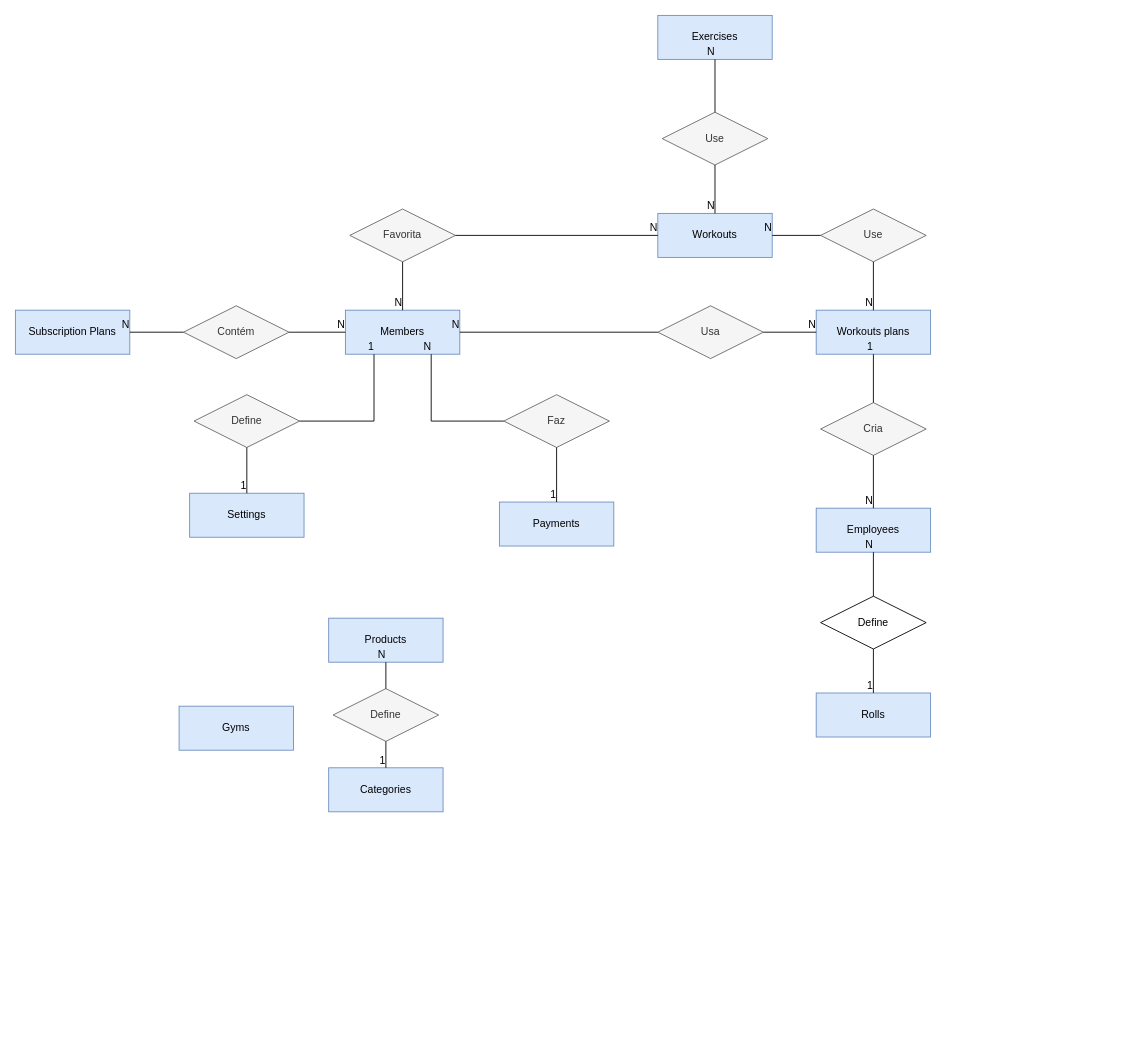
This is DER/der-draw-io.drawio from trainya-app/diagrams, a draw.io file, before an edit. Source tidied: cells renumbered, new cells numbered last; positions are measured from the earlier drawing's top-left corner, leaving out a move shared by most shapes. Both pictures are drawn from the tidied source at 88%, with x=0, y=0 at pixel (15, 15).
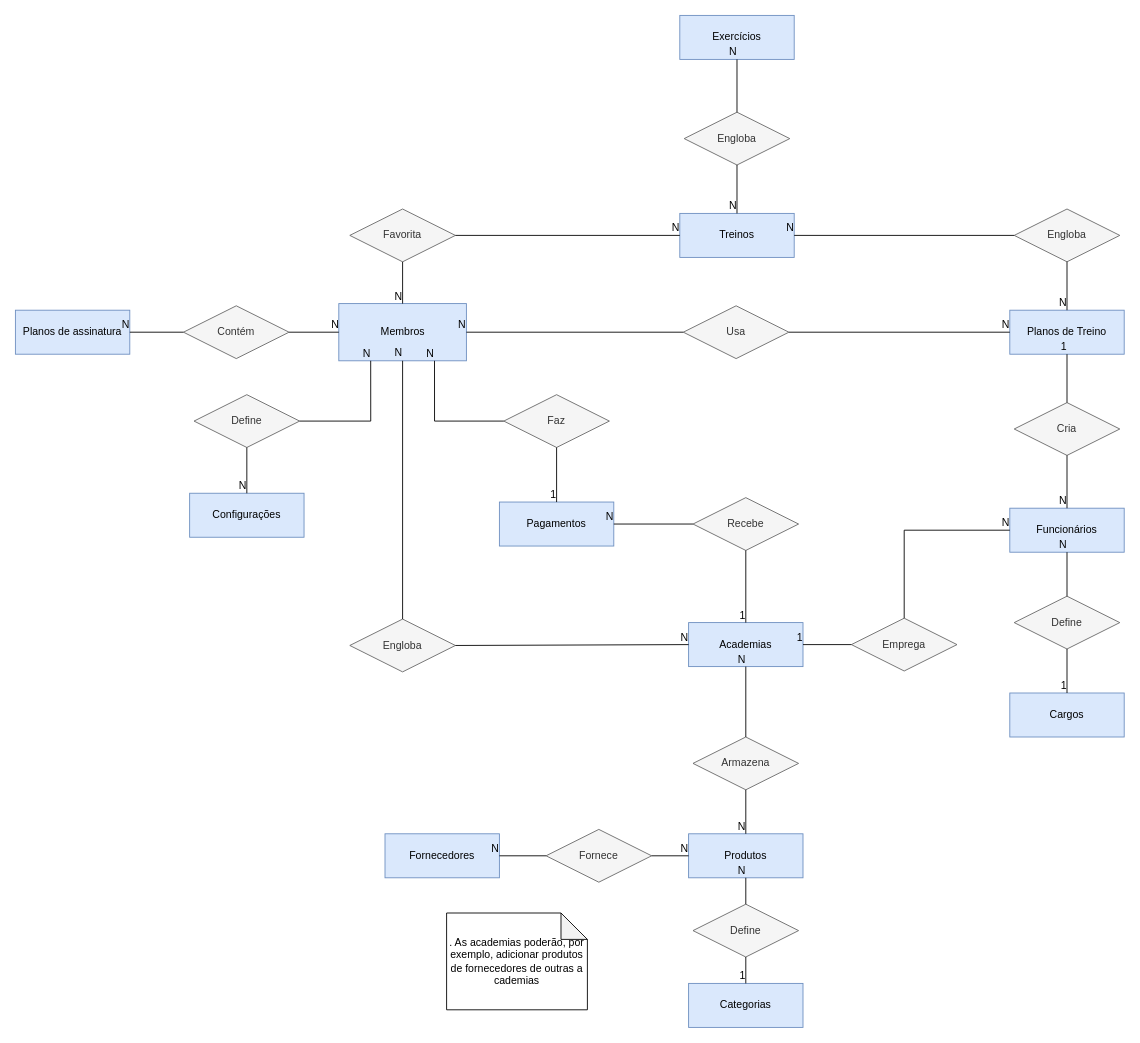
The same page after the edit.

Unchanged cells that the change refers to:
```xml
<mxCell id="54" value="Define" style="shape=rhombus;perimeter=rhombusPerimeter;whiteSpace=wrap;html=1;align=center;fillColor=#f5f5f5;strokeColor=#666666;fontColor=#333333;" parent="1" vertex="1">
  <mxGeometry x="203" y="431" width="120" height="60" as="geometry" />
</mxCell>
<mxCell id="60" style="endArrow=none;html=1;rounded=0;entryX=0.25;entryY=1;entryDx=0;entryDy=0;edgeStyle=orthogonalEdgeStyle;exitX=1;exitY=0.5;exitDx=0;exitDy=0;" parent="1" edge="1" source="54" target="2">
  <mxGeometry relative="1" as="geometry" />
</mxCell>
```

What changed in the source:
```diff
@@
-    <mxCell id="2" value="Members" style="whiteSpace=wrap;html=1;align=center;fillColor=#dae8fc;strokeColor=#6c8ebf;" parent="1" vertex="1">
-      <mxGeometry x="375" y="335" width="130" height="50" as="geometry" />
+    <mxCell id="2" value="Membros" style="whiteSpace=wrap;html=1;align=center;fillColor=#dae8fc;strokeColor=#6c8ebf;" parent="1" vertex="1">
+      <mxGeometry x="367.5" y="327.5" width="145" height="65" as="geometry" />
     </mxCell>
-    <mxCell id="3" value="Gyms" style="whiteSpace=wrap;html=1;align=center;fillColor=#dae8fc;strokeColor=#6c8ebf;" parent="1" vertex="1">
-      <mxGeometry x="186" y="785" width="130" height="50" as="geometry" />
+    <mxCell id="3" value="Academias" style="whiteSpace=wrap;html=1;align=center;fillColor=#dae8fc;strokeColor=#6c8ebf;" parent="1" vertex="1">
+      <mxGeometry x="765" y="690" width="130" height="50" as="geometry" />
     </mxCell>
-    <mxCell id="4" value="Employees" style="whiteSpace=wrap;html=1;align=center;fillColor=#dae8fc;strokeColor=#6c8ebf;" parent="1" vertex="1">
-      <mxGeometry x="910" y="560" width="130" height="50" as="geometry" />
+    <mxCell id="4" value="Funcionários" style="whiteSpace=wrap;html=1;align=center;fillColor=#dae8fc;strokeColor=#6c8ebf;" parent="1" vertex="1">
+      <mxGeometry x="1130" y="560" width="130" height="50" as="geometry" />
     </mxCell>
-    <mxCell id="5" value="Workouts" style="whiteSpace=wrap;html=1;align=center;fillColor=#dae8fc;strokeColor=#6c8ebf;" parent="1" vertex="1">
-      <mxGeometry x="730" y="225" width="130" height="50" as="geometry" />
+    <mxCell id="5" value="Treinos" style="whiteSpace=wrap;html=1;align=center;fillColor=#dae8fc;strokeColor=#6c8ebf;" parent="1" vertex="1">
+      <mxGeometry x="755" y="225" width="130" height="50" as="geometry" />
     </mxCell>
-    <mxCell id="6" value="Workouts plans" style="whiteSpace=wrap;html=1;align=center;fillColor=#dae8fc;strokeColor=#6c8ebf;" parent="1" vertex="1">
-      <mxGeometry x="910" y="335" width="130" height="50" as="geometry" />
+    <mxCell id="6" value="Planos de Treino" style="whiteSpace=wrap;html=1;align=center;fillColor=#dae8fc;strokeColor=#6c8ebf;" parent="1" vertex="1">
+      <mxGeometry x="1130" y="335" width="130" height="50" as="geometry" />
     </mxCell>
-    <mxCell id="7" value="Subscription Plans" style="whiteSpace=wrap;html=1;align=center;fillColor=#dae8fc;strokeColor=#6c8ebf;" parent="1" vertex="1">
+    <mxCell id="7" value="Planos de assinatura" style="whiteSpace=wrap;html=1;align=center;fillColor=#dae8fc;strokeColor=#6c8ebf;" parent="1" vertex="1">
       <mxGeometry y="335" width="130" height="50" as="geometry" />
     </mxCell>
-    <mxCell id="8" value="Exercises" style="whiteSpace=wrap;html=1;align=center;fillColor=#dae8fc;strokeColor=#6c8ebf;" parent="1" vertex="1">
-      <mxGeometry x="730" width="130" height="50" as="geometry" />
+    <mxCell id="8" value="Exercícios" style="whiteSpace=wrap;html=1;align=center;fillColor=#dae8fc;strokeColor=#6c8ebf;" parent="1" vertex="1">
+      <mxGeometry x="755" width="130" height="50" as="geometry" />
     </mxCell>
-    <mxCell id="9" value="Categories" style="whiteSpace=wrap;html=1;align=center;fillColor=#dae8fc;strokeColor=#6c8ebf;" parent="1" vertex="1">
-      <mxGeometry x="356" y="855" width="130" height="50" as="geometry" />
+    <mxCell id="9" value="Categorias" style="whiteSpace=wrap;html=1;align=center;fillColor=#dae8fc;strokeColor=#6c8ebf;" parent="1" vertex="1">
+      <mxGeometry x="765" y="1100" width="130" height="50" as="geometry" />
     </mxCell>
-    <mxCell id="10" value="Products" style="whiteSpace=wrap;html=1;align=center;fillColor=#dae8fc;strokeColor=#6c8ebf;" parent="1" vertex="1">
-      <mxGeometry x="356" y="685" width="130" height="50" as="geometry" />
+    <mxCell id="10" value="Produtos" style="whiteSpace=wrap;html=1;align=center;fillColor=#dae8fc;strokeColor=#6c8ebf;" parent="1" vertex="1">
+      <mxGeometry x="765" y="930" width="130" height="50" as="geometry" />
     </mxCell>
     <mxCell id="11" value="Define" style="shape=rhombus;perimeter=rhombusPerimeter;whiteSpace=wrap;html=1;align=center;fillColor=#f5f5f5;strokeColor=#666666;fontColor=#333333;" parent="1" vertex="1">
-      <mxGeometry x="361" y="765" width="120" height="60" as="geometry" />
+      <mxGeometry x="770" y="1010" width="120" height="60" as="geometry" />
     </mxCell>
@@
     <mxCell id="21" value="Usa" style="shape=rhombus;perimeter=rhombusPerimeter;whiteSpace=wrap;html=1;align=center;fillColor=#f5f5f5;strokeColor=#666666;fontColor=#333333;" parent="1" vertex="1">
-      <mxGeometry x="730" y="330" width="120" height="60" as="geometry" />
+      <mxGeometry x="759" y="330" width="120" height="60" as="geometry" />
     </mxCell>
@@
     <mxCell id="26" value="Cria" style="shape=rhombus;perimeter=rhombusPerimeter;whiteSpace=wrap;html=1;align=center;fillColor=#f5f5f5;strokeColor=#666666;fontColor=#333333;" parent="1" vertex="1">
-      <mxGeometry x="915" y="440" width="120" height="60" as="geometry" />
+      <mxGeometry x="1135" y="440" width="120" height="60" as="geometry" />
     </mxCell>
@@
-    <mxCell id="31" value="Rolls" style="whiteSpace=wrap;html=1;align=center;fillColor=#dae8fc;strokeColor=#6c8ebf;" parent="1" vertex="1">
-      <mxGeometry x="910" y="770" width="130" height="50" as="geometry" />
+    <mxCell id="31" value="Cargos" style="whiteSpace=wrap;html=1;align=center;fillColor=#dae8fc;strokeColor=#6c8ebf;" parent="1" vertex="1">
+      <mxGeometry x="1130" y="770" width="130" height="50" as="geometry" />
     </mxCell>
-    <mxCell id="32" value="Define" style="shape=rhombus;perimeter=rhombusPerimeter;whiteSpace=wrap;html=1;align=center;" parent="1" vertex="1">
-      <mxGeometry x="915" y="660" width="120" height="60" as="geometry" />
+    <mxCell id="32" value="Define" style="shape=rhombus;perimeter=rhombusPerimeter;whiteSpace=wrap;html=1;align=center;fillColor=#f5f5f5;fontColor=#333333;strokeColor=#666666;" parent="1" vertex="1">
+      <mxGeometry x="1135" y="660" width="120" height="60" as="geometry" />
     </mxCell>
     <mxCell id="33" style="endArrow=none;html=1;rounded=0;entryX=0.5;entryY=1;entryDx=0;entryDy=0;" parent="1" edge="1" target="4">
       <mxGeometry relative="1" as="geometry">
-        <mxPoint x="975" y="660" as="sourcePoint" />
+        <mxPoint x="1195" y="660" as="sourcePoint" />
       </mxGeometry>
     </mxCell>
@@
-    <mxCell id="37" value="Use" style="shape=rhombus;perimeter=rhombusPerimeter;whiteSpace=wrap;html=1;align=center;fillColor=#f5f5f5;strokeColor=#666666;fontColor=#333333;" parent="1" vertex="1">
-      <mxGeometry x="915" y="220" width="120" height="60" as="geometry" />
+    <mxCell id="37" value="Engloba" style="shape=rhombus;perimeter=rhombusPerimeter;whiteSpace=wrap;html=1;align=center;fillColor=#f5f5f5;strokeColor=#666666;fontColor=#333333;" parent="1" vertex="1">
+      <mxGeometry x="1135" y="220" width="120" height="60" as="geometry" />
     </mxCell>
@@
-    <mxCell id="42" value="Use" style="shape=rhombus;perimeter=rhombusPerimeter;whiteSpace=wrap;html=1;align=center;fillColor=#f5f5f5;strokeColor=#666666;fontColor=#333333;" parent="1" vertex="1">
-      <mxGeometry x="735" y="110" width="120" height="60" as="geometry" />
+    <mxCell id="42" value="Engloba" style="shape=rhombus;perimeter=rhombusPerimeter;whiteSpace=wrap;html=1;align=center;fillColor=#f5f5f5;strokeColor=#666666;fontColor=#333333;" parent="1" vertex="1">
+      <mxGeometry x="760" y="110" width="120" height="60" as="geometry" />
     </mxCell>
@@
-    <mxCell id="52" value="Settings" style="whiteSpace=wrap;html=1;align=center;fillColor=#dae8fc;strokeColor=#6c8ebf;" parent="1" vertex="1">
+    <mxCell id="52" value="Configurações" style="whiteSpace=wrap;html=1;align=center;fillColor=#dae8fc;strokeColor=#6c8ebf;" parent="1" vertex="1">
       <mxGeometry x="198" y="543" width="130" height="50" as="geometry" />
     </mxCell>
-    <mxCell id="53" value="Payments" style="whiteSpace=wrap;html=1;align=center;fillColor=#dae8fc;strokeColor=#6c8ebf;" parent="1" vertex="1">
+    <mxCell id="53" value="Pagamentos" style="whiteSpace=wrap;html=1;align=center;fillColor=#dae8fc;strokeColor=#6c8ebf;" parent="1" vertex="1">
       <mxGeometry x="550" y="553" width="130" height="50" as="geometry" />
     </mxCell>
@@
+    <mxCell id="62" style="endArrow=none;html=1;rounded=0;entryX=0.5;entryY=0;entryDx=0;entryDy=0;exitX=0.5;exitY=1;exitDx=0;exitDy=0;" parent="1" edge="1" source="54" target="52">
+      <mxGeometry relative="1" as="geometry" />
+    </mxCell>
+    <mxCell id="64" value="N" style="html=1;align=right;verticalAlign=bottom;" parent="62" vertex="1">
+      <mxGeometry x="1" relative="1" as="geometry" />
+    </mxCell>
@@
-    <mxCell id="61" value="1" style="html=1;align=right;verticalAlign=bottom;" parent="60" vertex="1">
-      <mxGeometry x="1" relative="1" as="geometry" />
-    </mxCell>
-    <mxCell id="62" style="endArrow=none;html=1;rounded=0;entryX=0.5;entryY=0;entryDx=0;entryDy=0;exitX=0.5;exitY=1;exitDx=0;exitDy=0;" parent="1" edge="1" source="54" target="52">
-      <mxGeometry relative="1" as="geometry" />
-    </mxCell>
-    <mxCell id="63" value="1" style="html=1;align=right;verticalAlign=bottom;" parent="62" vertex="1">
-      <mxGeometry x="1" relative="1" as="geometry" />
-    </mxCell>
+    <mxCell id="65" value="N" style="html=1;align=right;verticalAlign=bottom;" parent="60" vertex="1">
+      <mxGeometry x="1" relative="1" as="geometry" />
+    </mxCell>
+    <mxCell id="66" value="Recebe" style="shape=rhombus;perimeter=rhombusPerimeter;whiteSpace=wrap;html=1;align=center;fillColor=#f5f5f5;strokeColor=#666666;fontColor=#333333;" parent="1" vertex="1">
+      <mxGeometry x="770" y="548" width="120" height="60" as="geometry" />
+    </mxCell>
+    <mxCell id="67" style="endArrow=none;html=1;rounded=0;entryX=1;entryY=0.5;entryDx=0;entryDy=0;exitX=0;exitY=0.5;exitDx=0;exitDy=0;" parent="1" edge="1" source="66" target="53">
+      <mxGeometry relative="1" as="geometry" />
+    </mxCell>
+    <mxCell id="68" value="N" style="html=1;align=right;verticalAlign=bottom;" parent="67" vertex="1">
+      <mxGeometry x="1" relative="1" as="geometry" />
+    </mxCell>
+    <mxCell id="69" style="endArrow=none;html=1;rounded=0;entryX=0.5;entryY=0;entryDx=0;entryDy=0;exitX=0.5;exitY=1;exitDx=0;exitDy=0;" parent="1" edge="1" source="66" target="3">
+      <mxGeometry relative="1" as="geometry" />
+    </mxCell>
+    <mxCell id="70" value="1" style="html=1;align=right;verticalAlign=bottom;" parent="69" vertex="1">
+      <mxGeometry x="1" relative="1" as="geometry" />
+    </mxCell>
+    <mxCell id="71" value="Fornece" style="shape=rhombus;perimeter=rhombusPerimeter;whiteSpace=wrap;html=1;align=center;fillColor=#f5f5f5;strokeColor=#666666;fontColor=#333333;" parent="1" vertex="1">
+      <mxGeometry x="603" y="925" width="120" height="60" as="geometry" />
+    </mxCell>
+    <mxCell id="72" value="Fornecedores" style="whiteSpace=wrap;html=1;align=center;fillColor=#dae8fc;strokeColor=#6c8ebf;" parent="1" vertex="1">
+      <mxGeometry x="420" y="930" width="130" height="50" as="geometry" />
+    </mxCell>
+    <mxCell id="73" style="endArrow=none;html=1;rounded=0;entryX=0;entryY=0.5;entryDx=0;entryDy=0;exitX=1;exitY=0.5;exitDx=0;exitDy=0;" parent="1" edge="1" source="71" target="10">
+      <mxGeometry relative="1" as="geometry" />
+    </mxCell>
+    <mxCell id="74" value="N" style="html=1;align=right;verticalAlign=bottom;" parent="73" vertex="1">
+      <mxGeometry x="1" relative="1" as="geometry" />
+    </mxCell>
+    <mxCell id="75" style="endArrow=none;html=1;rounded=0;entryX=1;entryY=0.5;entryDx=0;entryDy=0;exitX=0;exitY=0.5;exitDx=0;exitDy=0;" parent="1" edge="1" source="71" target="72">
+      <mxGeometry relative="1" as="geometry" />
+    </mxCell>
+    <mxCell id="76" value="N" style="html=1;align=right;verticalAlign=bottom;" parent="75" vertex="1">
+      <mxGeometry x="1" relative="1" as="geometry" />
+    </mxCell>
+    <mxCell id="77" value=". As academias poderão, por exemplo, adicionar produtos de fornecedores de outras a cademias" style="shape=note;whiteSpace=wrap;html=1;backgroundOutline=1;darkOpacity=0.05;" parent="1" vertex="1">
+      <mxGeometry x="490" y="1020" width="160" height="110" as="geometry" />
+    </mxCell>
+    <mxCell id="78" value="Armazena" style="shape=rhombus;perimeter=rhombusPerimeter;whiteSpace=wrap;html=1;align=center;fillColor=#f5f5f5;strokeColor=#666666;fontColor=#333333;" parent="1" vertex="1">
+      <mxGeometry x="770" y="820" width="120" height="60" as="geometry" />
+    </mxCell>
+    <mxCell id="79" style="endArrow=none;html=1;rounded=0;entryX=0.5;entryY=1;entryDx=0;entryDy=0;exitX=0.5;exitY=0;exitDx=0;exitDy=0;edgeStyle=orthogonalEdgeStyle;" parent="1" edge="1" source="78" target="3">
+      <mxGeometry relative="1" as="geometry" />
+    </mxCell>
+    <mxCell id="80" value="N" style="html=1;align=right;verticalAlign=bottom;" parent="79" vertex="1">
+      <mxGeometry x="1" relative="1" as="geometry" />
+    </mxCell>
+    <mxCell id="81" style="endArrow=none;html=1;rounded=0;entryX=0.5;entryY=0;entryDx=0;entryDy=0;exitX=0.5;exitY=1;exitDx=0;exitDy=0;" parent="1" edge="1" source="78" target="10">
+      <mxGeometry relative="1" as="geometry" />
+    </mxCell>
+    <mxCell id="82" value="N" style="html=1;align=right;verticalAlign=bottom;" parent="81" vertex="1">
+      <mxGeometry x="1" relative="1" as="geometry" />
+    </mxCell>
+    <mxCell id="83" value="Emprega" style="shape=rhombus;perimeter=rhombusPerimeter;whiteSpace=wrap;html=1;align=center;fillColor=#f5f5f5;strokeColor=#666666;fontColor=#333333;" parent="1" vertex="1">
+      <mxGeometry x="950" y="685" width="120" height="60" as="geometry" />
+    </mxCell>
+    <mxCell id="84" style="endArrow=none;html=1;rounded=0;entryX=1;entryY=0.5;entryDx=0;entryDy=0;exitX=0;exitY=0.5;exitDx=0;exitDy=0;" parent="1" edge="1" source="83" target="3">
+      <mxGeometry relative="1" as="geometry" />
+    </mxCell>
+    <mxCell id="85" value="1" style="html=1;align=right;verticalAlign=bottom;" parent="84" vertex="1">
+      <mxGeometry x="1" relative="1" as="geometry" />
+    </mxCell>
+    <mxCell id="86" style="endArrow=none;html=1;rounded=0;entryX=0;entryY=0.5;entryDx=0;entryDy=0;edgeStyle=orthogonalEdgeStyle;exitX=0.5;exitY=0;exitDx=0;exitDy=0;" parent="1" edge="1" source="83" target="4">
+      <mxGeometry relative="1" as="geometry" />
+    </mxCell>
+    <mxCell id="87" value="N" style="html=1;align=right;verticalAlign=bottom;" parent="86" vertex="1">
+      <mxGeometry x="1" relative="1" as="geometry" />
+    </mxCell>
+    <mxCell id="88" value="Engloba" style="shape=rhombus;perimeter=rhombusPerimeter;whiteSpace=wrap;html=1;align=center;fillColor=#f5f5f5;strokeColor=#666666;fontColor=#333333;" parent="1" vertex="1">
+      <mxGeometry x="380" y="686" width="120" height="60" as="geometry" />
+    </mxCell>
+    <mxCell id="89" style="endArrow=none;html=1;rounded=0;entryX=0;entryY=0.5;entryDx=0;entryDy=0;exitX=1;exitY=0.5;exitDx=0;exitDy=0;" parent="1" edge="1" source="88" target="3">
+      <mxGeometry relative="1" as="geometry" />
+    </mxCell>
+    <mxCell id="90" value="N" style="html=1;align=right;verticalAlign=bottom;" parent="89" vertex="1">
+      <mxGeometry x="1" relative="1" as="geometry" />
+    </mxCell>
+    <mxCell id="91" style="endArrow=none;html=1;rounded=0;entryX=0.5;entryY=1;entryDx=0;entryDy=0;exitX=0.5;exitY=0;exitDx=0;exitDy=0;" parent="1" edge="1" source="88" target="2">
+      <mxGeometry relative="1" as="geometry" />
+    </mxCell>
+    <mxCell id="92" value="N" style="html=1;align=right;verticalAlign=bottom;" parent="91" vertex="1">
+      <mxGeometry x="1" relative="1" as="geometry" />
+    </mxCell>
```
